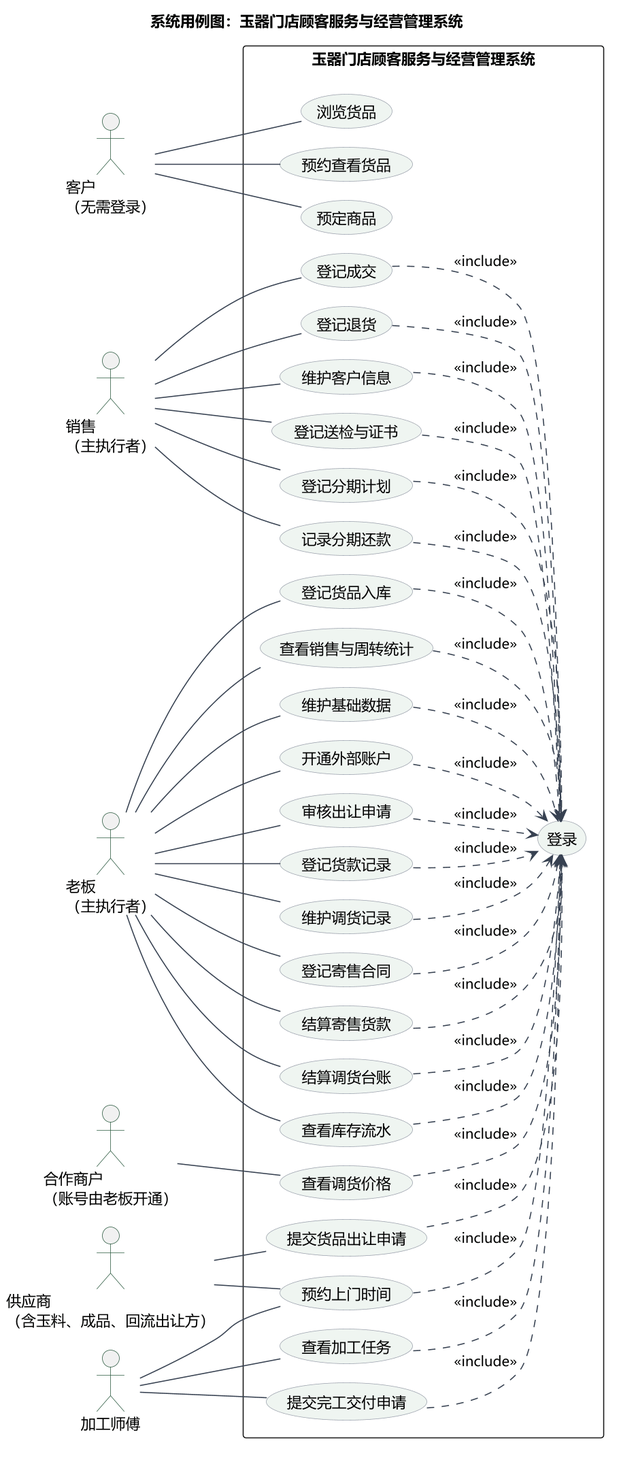
The PlantUML diagram docs/figs/system-use-cases/08-system-usecase.png in rosefinch55/jade-store-system, before a commit.
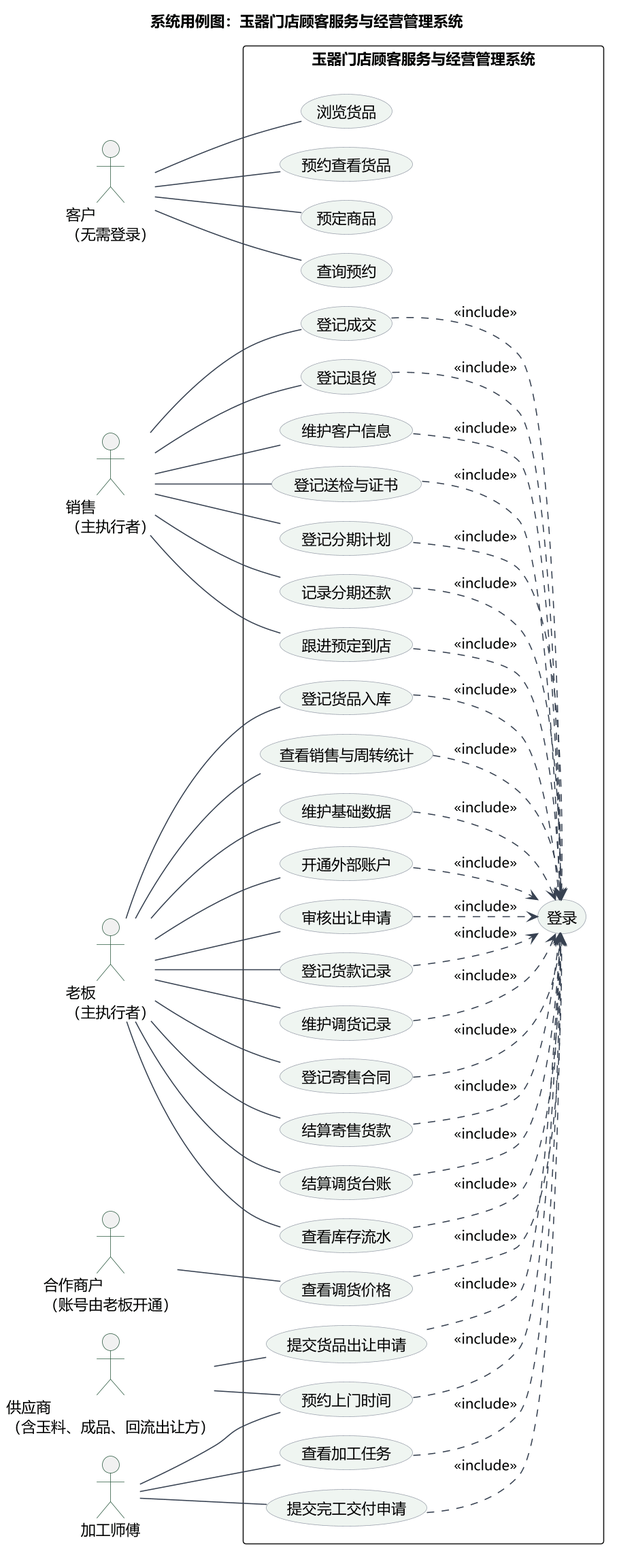
The same diagram one commit later.

Change to the diagram source:
```diff
@@ -49,11 +49,15 @@
   usecase "登记分期计划" as UC24
   usecase "记录分期还款" as UC25
   usecase "查看库存流水" as UC26
+  usecase "查询预约" as UC27
+  usecase "跟进预定到店" as UC28
 }
 
 G -- UC09
 G -- UC10
 G -- UC13
+G -- UC27
+Y -- UC28
 Y -- UC01
 Y -- UC03
 Y -- UC04
@@ -100,4 +104,5 @@
 UC24 ..> UC08 : <<include>>
 UC25 ..> UC08 : <<include>>
 UC26 ..> UC08 : <<include>>
+UC28 ..> UC08 : <<include>>
 @enduml
```
